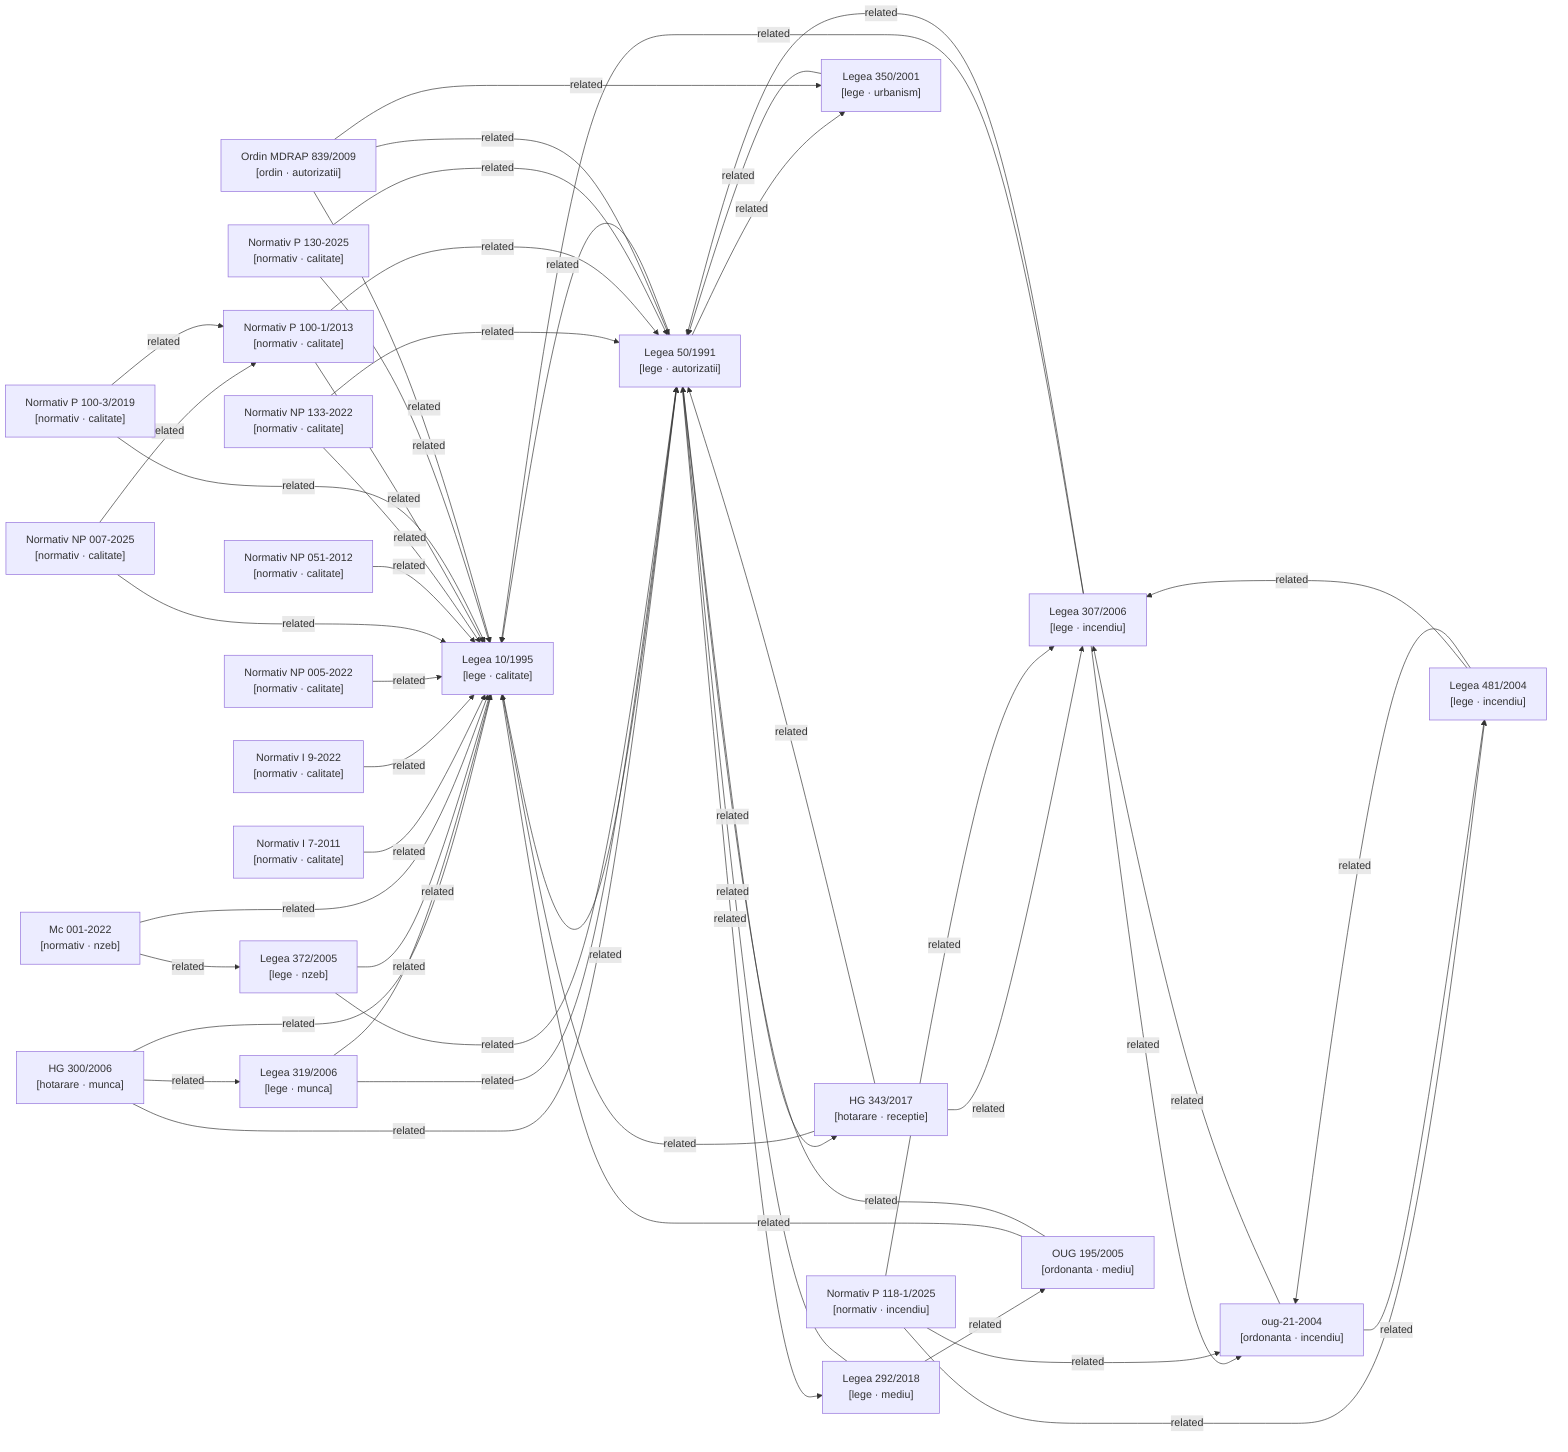
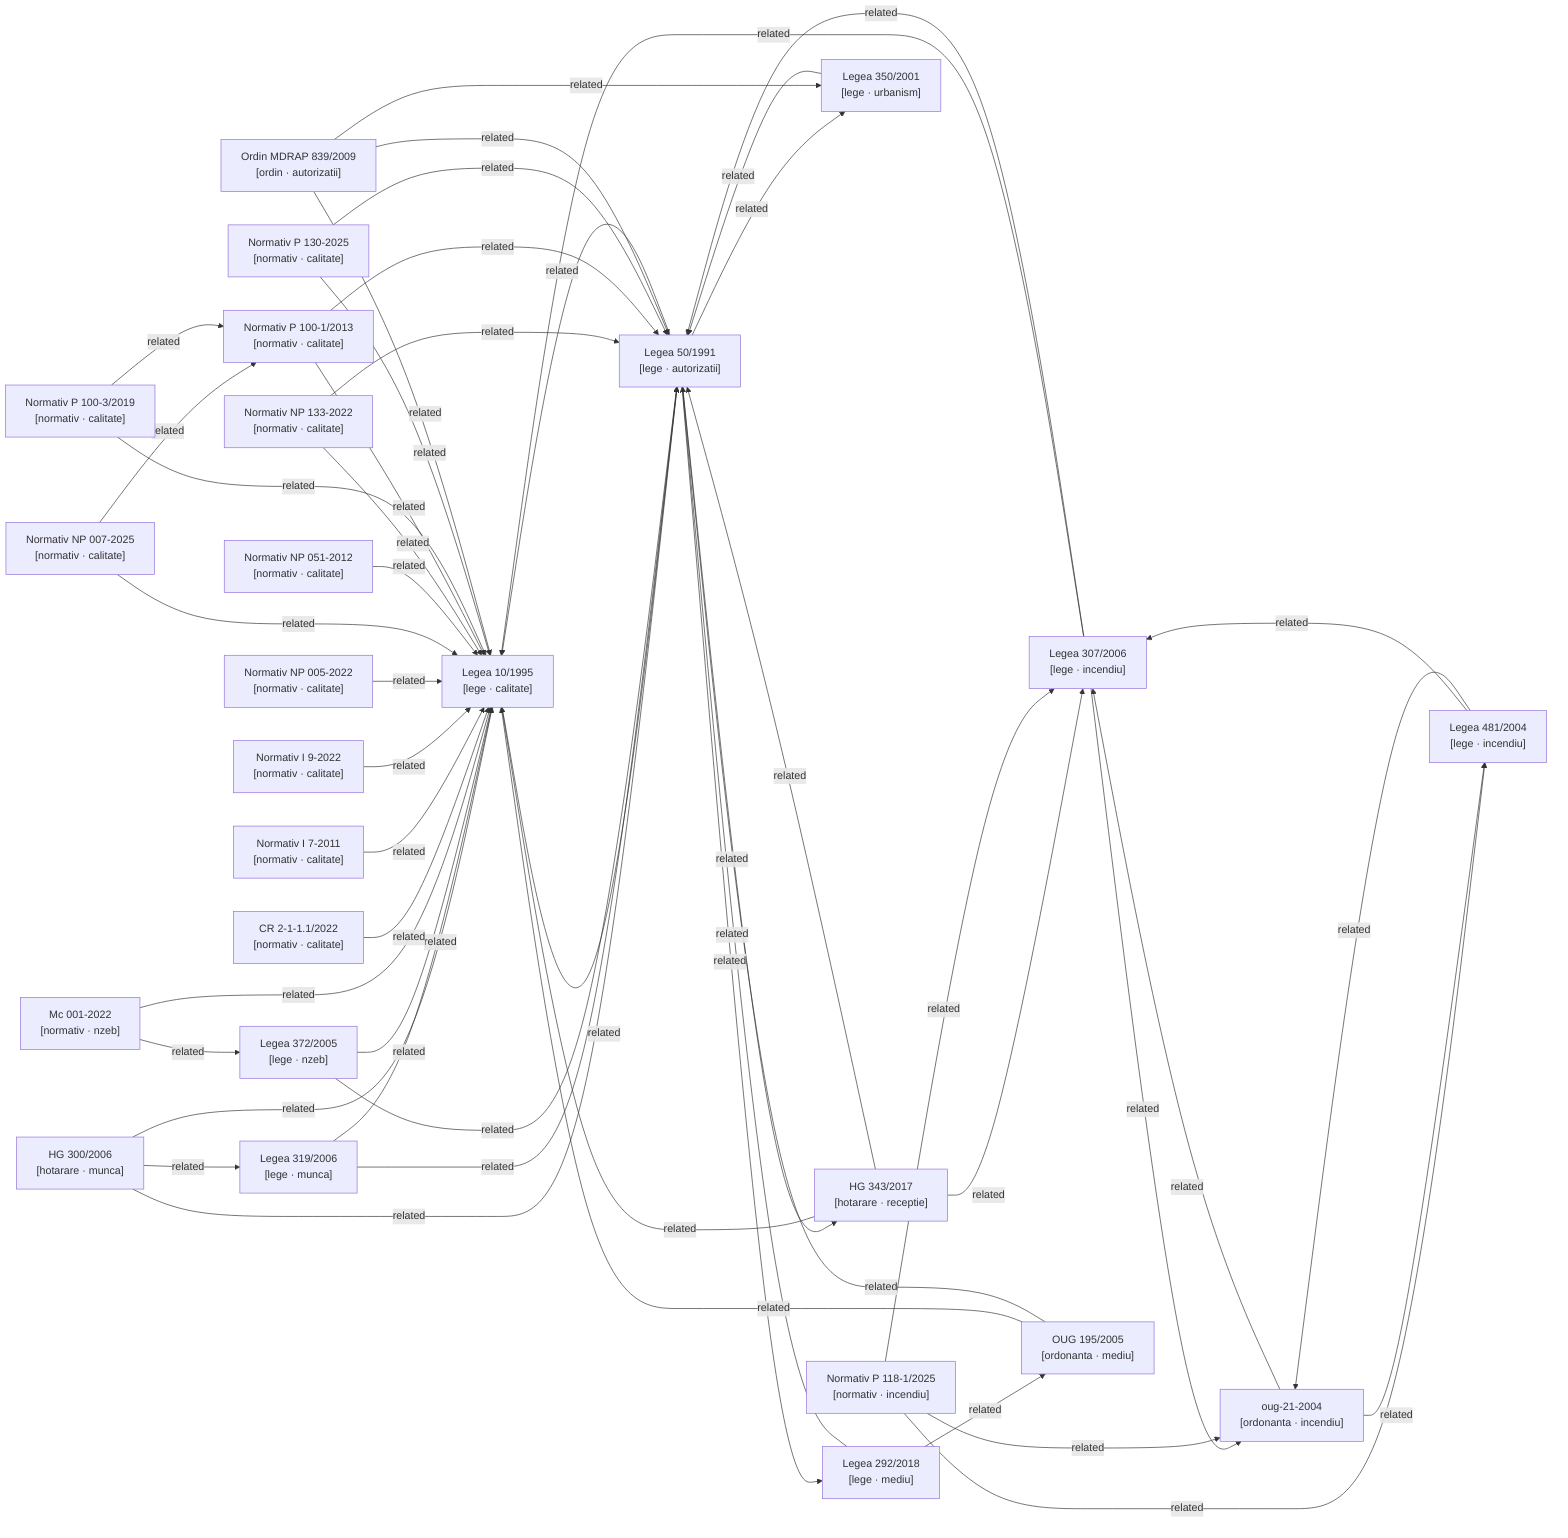
graph LR

  %% Nodes
  hg-300-2006["HG 300/2006\n[hotarare · munca]"]
  hg-343-2017["HG 343/2017\n[hotarare · receptie]"]
  lege-10-1995["Legea 10/1995\n[lege · calitate]"]
  lege-292-2018["Legea 292/2018\n[lege · mediu]"]
  lege-307-2006["Legea 307/2006\n[lege · incendiu]"]
  lege-319-2006["Legea 319/2006\n[lege · munca]"]
  lege-350-2001["Legea 350/2001\n[lege · urbanism]"]
  lege-372-2005["Legea 372/2005\n[lege · nzeb]"]
  lege-481-2004["Legea 481/2004\n[lege · incendiu]"]
  lege-50-1991["Legea 50/1991\n[lege · autorizatii]"]
  metodologie-mc001-2022["Mc 001-2022\n[normativ · nzeb]"]
+   normativ-cr2-1-1-1-2022["CR 2-1-1.1/2022\n[normativ · calitate]"]
  normativ-i7-2011["Normativ I 7-2011\n[normativ · calitate]"]
  normativ-i9-2022["Normativ I 9-2022\n[normativ · calitate]"]
  normativ-np005-2022["Normativ NP 005-2022\n[normativ · calitate]"]
  normativ-np007-2025["Normativ NP 007-2025\n[normativ · calitate]"]
  normativ-np051-2012["Normativ NP 051-2012\n[normativ · calitate]"]
  normativ-np133-2022["Normativ NP 133-2022\n[normativ · calitate]"]
  normativ-p100-1-2013["Normativ P 100-1/2013\n[normativ · calitate]"]
  normativ-p100-3-2019["Normativ P 100-3/2019\n[normativ · calitate]"]
  normativ-p118-1-2025["Normativ P 118-1/2025\n[normativ · incendiu]"]
  normativ-p130-2025["Normativ P 130-2025\n[normativ · calitate]"]
  ordin-839-2009["Ordin MDRAP 839/2009\n[ordin · autorizatii]"]
  oug-195-2005["OUG 195/2005\n[ordonanta · mediu]"]
  oug-21-2004["oug-21-2004\n[ordonanta · incendiu]"]

  %% Confirmed relationships (from metadata related_acts)
  hg-300-2006 -->|related| lege-10-1995
  hg-300-2006 -->|related| lege-319-2006
  hg-300-2006 -->|related| lege-50-1991
  hg-343-2017 -->|related| lege-10-1995
  hg-343-2017 -->|related| lege-307-2006
  hg-343-2017 -->|related| lege-50-1991
  lege-10-1995 -->|related| lege-50-1991
  lege-292-2018 -->|related| lege-50-1991
  lege-292-2018 -->|related| oug-195-2005
  lege-307-2006 -->|related| lege-10-1995
  lege-307-2006 -->|related| lege-50-1991
  lege-307-2006 -->|related| oug-21-2004
  lege-319-2006 -->|related| lege-10-1995
  lege-319-2006 -->|related| lege-50-1991
  lege-350-2001 -->|related| lege-50-1991
  lege-372-2005 -->|related| lege-10-1995
  lege-372-2005 -->|related| lege-50-1991
  lege-481-2004 -->|related| lege-307-2006
  lege-481-2004 -->|related| oug-21-2004
  lege-50-1991 -->|related| hg-343-2017
  lege-50-1991 -->|related| lege-10-1995
  lege-50-1991 -->|related| lege-292-2018
  lege-50-1991 -->|related| lege-350-2001
  metodologie-mc001-2022 -->|related| lege-10-1995
  metodologie-mc001-2022 -->|related| lege-372-2005
+   normativ-cr2-1-1-1-2022 -->|related| lege-10-1995
  normativ-i7-2011 -->|related| lege-10-1995
  normativ-i9-2022 -->|related| lege-10-1995
  normativ-np005-2022 -->|related| lege-10-1995
  normativ-np007-2025 -->|related| lege-10-1995
  normativ-np007-2025 -->|related| normativ-p100-1-2013
  normativ-np051-2012 -->|related| lege-10-1995
  normativ-np133-2022 -->|related| lege-10-1995
  normativ-np133-2022 -->|related| lege-50-1991
  normativ-p100-1-2013 -->|related| lege-10-1995
  normativ-p100-1-2013 -->|related| lege-50-1991
  normativ-p100-3-2019 -->|related| lege-10-1995
  normativ-p100-3-2019 -->|related| normativ-p100-1-2013
  normativ-p118-1-2025 -->|related| lege-307-2006
  normativ-p118-1-2025 -->|related| lege-481-2004
  normativ-p118-1-2025 -->|related| oug-21-2004
  normativ-p130-2025 -->|related| lege-10-1995
  normativ-p130-2025 -->|related| lege-50-1991
  ordin-839-2009 -->|related| lege-10-1995
  ordin-839-2009 -->|related| lege-350-2001
  ordin-839-2009 -->|related| lege-50-1991
  oug-195-2005 -->|related| lege-10-1995
  oug-195-2005 -->|related| lege-50-1991
  oug-21-2004 -->|related| lege-307-2006
  oug-21-2004 -->|related| lege-481-2004

  %% Auto-detected relationships (needs_review)
